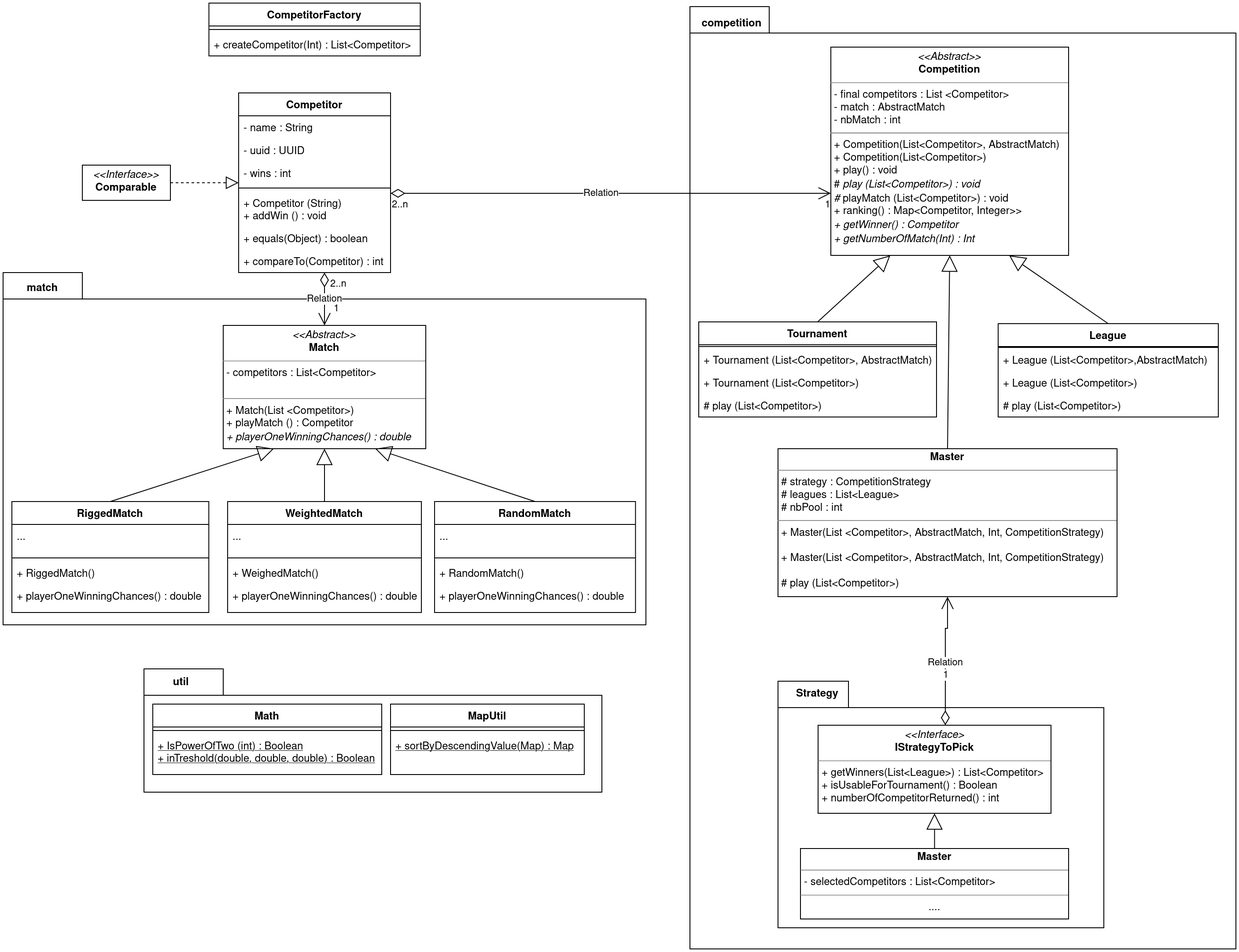
Before: UML.png, a diagram exported from draw.io (Ninhache/L3---Coo). Source tidied: cells renumbered, new cells last; positions are measured from the earlier drawing's top-left corner, leaving out a move shared by most shapes.
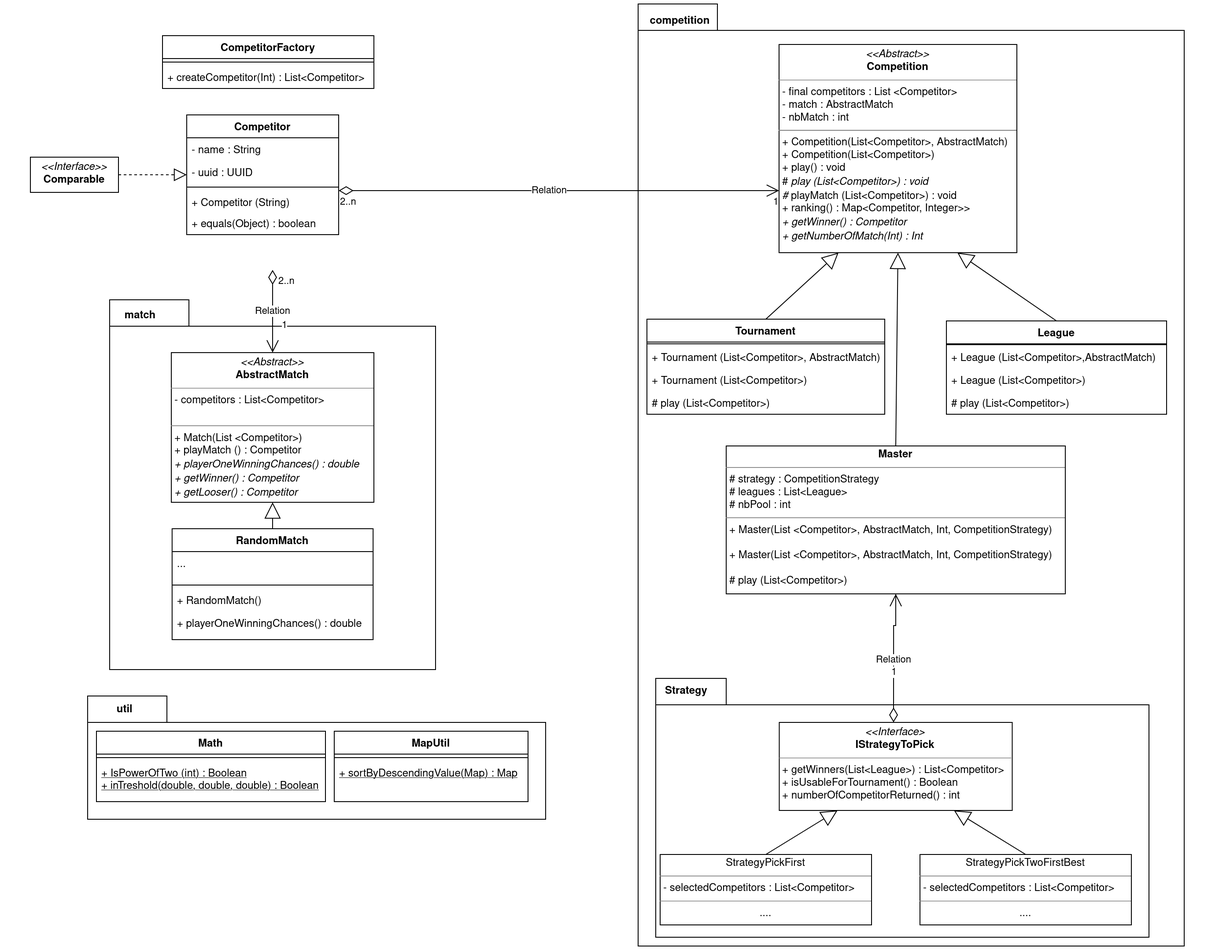
The same file after the commit.

The edit, as a diff of the source:
```diff
@@ -3,7 +3,7 @@
     <mxCell id="0" />
     <mxCell id="1" parent="0" />
     <mxCell id="2" style="group;" parent="1" vertex="1">
-      <mxGeometry x="160" y="756" width="520" height="140" as="geometry" />
+      <mxGeometry x="155" y="790" width="520" height="140" as="geometry" />
     </mxCell>
     <mxCell id="3" style="shape=folder;fontStyle=1;spacingTop=10;tabWidth=90;tabHeight=30;tabPosition=left;html=1;" parent="2" vertex="1">
       <mxGeometry width="520" height="140" as="geometry" />
@@ -30,13 +30,13 @@
       <mxGeometry y="34" width="220" height="46" as="geometry" />
     </mxCell>
     <mxCell id="11" style="group;" parent="1" vertex="1">
-      <mxGeometry x="60" y="306" width="710" height="400" as="geometry" />
+      <mxGeometry x="60" y="340" width="710" height="420" as="geometry" />
     </mxCell>
     <mxCell id="12" style="shape=folder;fontStyle=1;spacingTop=10;tabWidth=90;tabHeight=30;tabPosition=left;html=1;" parent="11" vertex="1">
-      <mxGeometry x="-60" width="730" height="400" as="geometry" />
+      <mxGeometry x="120" width="370" height="420" as="geometry" />
     </mxCell>
     <mxCell id="13" value="RandomMatch" style="swimlane;fontStyle=1;align=center;verticalAlign=top;horizontal=1;startSize=26;" parent="11" vertex="1">
-      <mxGeometry x="430" y="260" width="228.2" height="126" as="geometry" />
+      <mxGeometry x="190.9" y="260" width="228.2" height="126" as="geometry" />
     </mxCell>
     <mxCell id="14" value="..." style="text;strokeColor=none;fillColor=none;align=left;verticalAlign=top;spacingLeft=4;spacingRight=4;overflow=hidden;" parent="13" vertex="1">
       <mxGeometry y="26" width="228.2" height="34" as="geometry" />
@@ -50,50 +50,20 @@
     <mxCell id="17" value="+ playerOneWinningChances() : double" style="text;strokeColor=none;fillColor=none;align=left;verticalAlign=top;spacingLeft=4;spacingRight=4;overflow=hidden;" parent="13" vertex="1">
       <mxGeometry y="94" width="228.2" height="32" as="geometry" />
     </mxCell>
-    <mxCell id="18" value="RiggedMatch" style="swimlane;fontStyle=1;align=center;verticalAlign=top;horizontal=1;startSize=26;" parent="11" vertex="1">
-      <mxGeometry x="-50" y="260" width="223.6" height="126" as="geometry" />
-    </mxCell>
-    <mxCell id="19" value="..." style="text;strokeColor=none;fillColor=none;align=left;verticalAlign=top;spacingLeft=4;spacingRight=4;overflow=hidden;" parent="18" vertex="1">
-      <mxGeometry y="26" width="223.6" height="34" as="geometry" />
-    </mxCell>
-    <mxCell id="20" style="line;strokeWidth=1;fillColor=none;align=left;verticalAlign=middle;spacingTop=-1;spacingLeft=3;spacingRight=3;labelPosition=right;strokeColor=inherit;" parent="18" vertex="1">
-      <mxGeometry y="60" width="223.6" height="8" as="geometry" />
-    </mxCell>
-    <mxCell id="21" value="+ RiggedMatch()" style="text;strokeColor=none;fillColor=none;align=left;verticalAlign=top;spacingLeft=4;spacingRight=4;overflow=hidden;" parent="18" vertex="1">
-      <mxGeometry y="68" width="223.6" height="26" as="geometry" />
-    </mxCell>
-    <mxCell id="22" value="+ playerOneWinningChances() : double" style="text;strokeColor=none;fillColor=none;align=left;verticalAlign=top;spacingLeft=4;spacingRight=4;overflow=hidden;" parent="18" vertex="1">
-      <mxGeometry y="94" width="223.6" height="32" as="geometry" />
-    </mxCell>
-    <mxCell id="23" value="WeightedMatch" style="swimlane;fontStyle=1;align=center;verticalAlign=top;horizontal=1;startSize=26;" parent="11" vertex="1">
-      <mxGeometry x="195" y="260" width="220" height="126" as="geometry" />
-    </mxCell>
-    <mxCell id="24" value="..." style="text;strokeColor=none;fillColor=none;align=left;verticalAlign=top;spacingLeft=4;spacingRight=4;overflow=hidden;" parent="23" vertex="1">
-      <mxGeometry y="26" width="220" height="34" as="geometry" />
-    </mxCell>
-    <mxCell id="25" style="line;strokeWidth=1;fillColor=none;align=left;verticalAlign=middle;spacingTop=-1;spacingLeft=3;spacingRight=3;labelPosition=right;strokeColor=inherit;" parent="23" vertex="1">
-      <mxGeometry y="60" width="220" height="8" as="geometry" />
-    </mxCell>
-    <mxCell id="26" value="+ WeighedMatch()" style="text;strokeColor=none;fillColor=none;align=left;verticalAlign=top;spacingLeft=4;spacingRight=4;overflow=hidden;" parent="23" vertex="1">
-      <mxGeometry y="68" width="220" height="26" as="geometry" />
-    </mxCell>
-    <mxCell id="27" value="+ playerOneWinningChances() : double" style="text;strokeColor=none;fillColor=none;align=left;verticalAlign=top;spacingLeft=4;spacingRight=4;overflow=hidden;" parent="23" vertex="1">
-      <mxGeometry y="94" width="220" height="32" as="geometry" />
-    </mxCell>
-    <mxCell id="28" value="&lt;p style=&quot;margin:0px;margin-top:4px;text-align:center;&quot;&gt;&lt;i&gt;&amp;lt;&amp;lt;Abstract&amp;gt;&amp;gt;&lt;br&gt;&lt;/i&gt;&lt;b&gt;Match&lt;/b&gt;&lt;br&gt;&lt;b&gt;&lt;/b&gt;&lt;/p&gt;&lt;hr size=&quot;1&quot;&gt;&lt;p style=&quot;margin:0px;margin-left:4px;&quot;&gt;- competitors : List&amp;lt;Competitor&amp;gt;&lt;br&gt;&lt;br&gt;&lt;/p&gt;&lt;hr size=&quot;1&quot;&gt;&lt;p style=&quot;margin:0px;margin-left:4px;&quot;&gt;+ Match(List &amp;lt;Competitor&amp;gt;) &lt;br&gt;&lt;/p&gt;&lt;p style=&quot;margin:0px;margin-left:4px;&quot;&gt;+ playMatch () : Competitor&lt;/p&gt;&lt;p style=&quot;margin:0px;margin-left:4px;&quot;&gt;&lt;i&gt;+ playerOneWinningChances() : double&lt;/i&gt;&lt;/p&gt;" style="verticalAlign=top;align=left;overflow=fill;fontSize=12;fontFamily=Helvetica;html=1;rounded=0;shadow=0;comic=0;labelBackgroundColor=none;strokeWidth=1;" parent="11" vertex="1">
-      <mxGeometry x="190" y="60" width="230" height="140" as="geometry" />
+    <mxCell id="28" value="&lt;p style=&quot;margin:0px;margin-top:4px;text-align:center;&quot;&gt;&lt;i&gt;&amp;lt;&amp;lt;Abstract&amp;gt;&amp;gt;&lt;br&gt;&lt;/i&gt;&lt;b&gt;AbstractMatch&lt;/b&gt;&lt;br&gt;&lt;b&gt;&lt;/b&gt;&lt;/p&gt;&lt;hr size=&quot;1&quot;&gt;&lt;p style=&quot;margin:0px;margin-left:4px;&quot;&gt;- competitors : List&amp;lt;Competitor&amp;gt;&lt;br&gt;&lt;br&gt;&lt;/p&gt;&lt;hr size=&quot;1&quot;&gt;&lt;p style=&quot;margin:0px;margin-left:4px;&quot;&gt;+ Match(List &amp;lt;Competitor&amp;gt;) &lt;br&gt;&lt;/p&gt;&lt;p style=&quot;margin:0px;margin-left:4px;&quot;&gt;+ playMatch () : Competitor&lt;/p&gt;&lt;p style=&quot;margin:0px;margin-left:4px;&quot;&gt;&lt;i&gt;+ playerOneWinningChances() : double&lt;/i&gt;&lt;/p&gt;&lt;p style=&quot;margin:0px;margin-left:4px;&quot;&gt;&lt;i&gt;+ getWinner() : Competitor&lt;br&gt;&lt;/i&gt;&lt;/p&gt;&lt;p style=&quot;margin:0px;margin-left:4px;&quot;&gt;&lt;i&gt;+ getLooser() : Competitor&lt;br&gt;&lt;/i&gt;&lt;/p&gt;" style="verticalAlign=top;align=left;overflow=fill;fontSize=12;fontFamily=Helvetica;html=1;rounded=0;shadow=0;comic=0;labelBackgroundColor=none;strokeWidth=1;" parent="11" vertex="1">
+      <mxGeometry x="190" y="60" width="230" height="170" as="geometry" />
     </mxCell>
-    <mxCell id="29" style="endArrow=block;endSize=16;endFill=0;html=1;rounded=0;exitX=0.5;exitY=0;exitDx=0;exitDy=0;entryX=0.75;entryY=1;entryDx=0;entryDy=0;" parent="11" edge="1" source="13" target="28">
+    <mxCell id="29" style="endArrow=block;endSize=16;endFill=0;html=1;rounded=0;exitX=0.5;exitY=0;exitDx=0;exitDy=0;" parent="11" edge="1" source="13" target="28">
       <mxGeometry relative="1" as="geometry" />
     </mxCell>
-    <mxCell id="30" style="endArrow=block;endSize=16;endFill=0;html=1;rounded=0;exitX=0.5;exitY=0;exitDx=0;exitDy=0;entryX=0.5;entryY=1;entryDx=0;entryDy=0;" parent="11" edge="1" source="23" target="28">
-      <mxGeometry relative="1" as="geometry" />
-    </mxCell>
-    <mxCell id="31" style="endArrow=block;endSize=16;endFill=0;html=1;rounded=0;exitX=0.5;exitY=0;exitDx=0;exitDy=0;entryX=0.25;entryY=1;entryDx=0;entryDy=0;" parent="11" edge="1" source="18" target="28">
-      <mxGeometry relative="1" as="geometry" />
-    </mxCell>
+    <mxCell id="66" value="match" style="text;align=center;fontStyle=1;verticalAlign=middle;spacingLeft=3;spacingRight=3;strokeColor=none;" parent="11" vertex="1">
+      <mxGeometry x="130" width="50" height="32.7" as="geometry" />
+    </mxCell>
+    <mxCell id="65" value="1" style="edgeLabel;html=1;align=left;verticalAlign=top;" parent="11" vertex="1">
+      <mxGeometry x="314" y="16.4" as="geometry" />
+    </mxCell>
     <mxCell id="32" style="group;" parent="1" vertex="1">
-      <mxGeometry x="840" y="54" width="560" height="1020" as="geometry" />
+      <mxGeometry x="840" y="54" width="594.5" height="1020" as="geometry" />
     </mxCell>
     <mxCell id="33" style="shape=folder;fontStyle=1;spacingTop=10;tabWidth=90;tabHeight=30;tabPosition=left;html=1;" parent="32" vertex="1">
       <mxGeometry x="-60" y="-50" width="620" height="1070" as="geometry" />
@@ -132,13 +102,28 @@
       <mxGeometry y="82" width="270" height="26" as="geometry" />
     </mxCell>
     <mxCell id="45" style="shape=folder;fontStyle=1;spacingTop=10;tabWidth=80;tabHeight=30;tabPosition=left;html=1;" parent="32" vertex="1">
-      <mxGeometry x="40" y="716" width="370" height="280" as="geometry" />
+      <mxGeometry x="-40" y="716" width="560" height="294" as="geometry" />
     </mxCell>
     <mxCell id="46" value="Strategy" style="text;align=center;fontStyle=1;verticalAlign=middle;spacingLeft=3;spacingRight=3;strokeColor=none;" parent="32" vertex="1">
-      <mxGeometry x="30" y="716" width="110" height="26" as="geometry" />
+      <mxGeometry x="-60" y="716" width="110" height="26" as="geometry" />
     </mxCell>
+    <mxCell id="77" value="&lt;p style=&quot;margin:0px;margin-top:4px;text-align:center;&quot;&gt;StrategyPickTwoFirstBest&lt;br&gt;&lt;/p&gt;&lt;hr size=&quot;1&quot;&gt;&lt;p style=&quot;margin:0px;margin-left:4px;&quot;&gt;- selectedCompetitors : List&amp;lt;Competitor&amp;gt;&lt;br&gt;&lt;/p&gt;&lt;hr size=&quot;1&quot;&gt;&lt;div align=&quot;center&quot;&gt;....&lt;/div&gt;" style="verticalAlign=top;align=left;overflow=fill;fontSize=12;fontFamily=Helvetica;html=1;rounded=0;shadow=0;comic=0;labelBackgroundColor=none;strokeWidth=1;" parent="32" vertex="1">
+      <mxGeometry x="260" y="916" width="240" height="80" as="geometry" />
+    </mxCell>
+    <mxCell id="75" value="&lt;p style=&quot;margin:0px;margin-top:4px;text-align:center;&quot;&gt;StrategyPickFirst&lt;br&gt;&lt;/p&gt;&lt;hr size=&quot;1&quot;&gt;&lt;p style=&quot;margin:0px;margin-left:4px;&quot;&gt;- selectedCompetitors : List&amp;lt;Competitor&amp;gt;&lt;br&gt;&lt;/p&gt;&lt;hr size=&quot;1&quot;&gt;&lt;div align=&quot;center&quot;&gt;....&lt;/div&gt;" style="verticalAlign=top;align=left;overflow=fill;fontSize=12;fontFamily=Helvetica;html=1;rounded=0;shadow=0;comic=0;labelBackgroundColor=none;strokeWidth=1;" parent="32" vertex="1">
+      <mxGeometry x="-35" y="916" width="240" height="80" as="geometry" />
+    </mxCell>
+    <mxCell id="68" value="&lt;p style=&quot;margin:0px;margin-top:4px;text-align:center;&quot;&gt;&lt;i&gt;&amp;lt;&amp;lt;Interface&amp;gt;&lt;br&gt;&lt;/i&gt;&lt;b&gt;IStrategy&lt;/b&gt;&lt;b&gt;ToPick&lt;br&gt;&lt;/b&gt;&lt;/p&gt;&lt;hr size=&quot;1&quot;&gt;&lt;p style=&quot;margin:0px;margin-left:4px;&quot;&gt;+ getWinners(List&amp;lt;League&amp;gt;) : List&amp;lt;Competitor&amp;gt;&lt;/p&gt;&lt;p style=&quot;margin:0px;margin-left:4px;&quot;&gt;+ isUsableForTournament() : Boolean&lt;/p&gt;&lt;p style=&quot;margin:0px;margin-left:4px;&quot;&gt;+ numberOfCompetitorReturned() : int &lt;br&gt;&lt;/p&gt;" style="verticalAlign=top;align=left;overflow=fill;fontSize=12;fontFamily=Helvetica;html=1;rounded=0;shadow=0;comic=0;labelBackgroundColor=none;strokeWidth=1;" parent="32" vertex="1">
+      <mxGeometry x="100.2" y="766" width="264.5" height="100" as="geometry" />
+    </mxCell>
+    <mxCell id="78" style="endArrow=block;endSize=16;endFill=0;html=1;rounded=0;exitX=0.5;exitY=0;exitDx=0;exitDy=0;entryX=0.75;entryY=1;entryDx=0;entryDy=0;" parent="32" edge="1" source="77" target="68">
+      <mxGeometry relative="1" as="geometry" />
+    </mxCell>
+    <mxCell id="69" style="endArrow=block;endSize=16;endFill=0;html=1;rounded=0;exitX=0.5;exitY=0;exitDx=0;exitDy=0;entryX=0.25;entryY=1;entryDx=0;entryDy=0;" parent="32" edge="1" source="75" target="68">
+      <mxGeometry relative="1" as="geometry" />
+    </mxCell>
     <mxCell id="47" value="Competitor" style="swimlane;fontStyle=1;align=center;verticalAlign=top;horizontal=1;startSize=26;" parent="1" vertex="1">
-      <mxGeometry x="267.5" y="102" width="172.5" height="204" as="geometry" />
+      <mxGeometry x="267.5" y="130" width="172.5" height="136" as="geometry" />
     </mxCell>
     <mxCell id="48" value="- name : String" style="text;strokeColor=none;fillColor=none;align=left;verticalAlign=top;spacingLeft=4;spacingRight=4;overflow=hidden;" parent="47" vertex="1">
       <mxGeometry y="26" width="172.5" height="26" as="geometry" />
@@ -146,21 +131,15 @@
     <mxCell id="49" value="- uuid : UUID" style="text;strokeColor=none;fillColor=none;align=left;verticalAlign=top;spacingLeft=4;spacingRight=4;overflow=hidden;" parent="47" vertex="1">
       <mxGeometry y="52" width="172.5" height="26" as="geometry" />
     </mxCell>
-    <mxCell id="50" value="- wins : int" style="text;strokeColor=none;fillColor=none;align=left;verticalAlign=top;spacingLeft=4;spacingRight=4;overflow=hidden;" parent="47" vertex="1">
-      <mxGeometry y="78" width="172.5" height="26" as="geometry" />
-    </mxCell>
     <mxCell id="51" style="line;strokeWidth=1;fillColor=none;align=left;verticalAlign=middle;spacingTop=-1;spacingLeft=3;spacingRight=3;labelPosition=right;strokeColor=inherit;" parent="47" vertex="1">
-      <mxGeometry y="104" width="172.5" height="8" as="geometry" />
+      <mxGeometry y="78" width="172.5" height="8" as="geometry" />
     </mxCell>
-    <mxCell id="52" value="+ Competitor (String)&#10;+ addWin () : void&#10;" style="text;strokeColor=none;fillColor=none;align=left;verticalAlign=top;spacingLeft=4;spacingRight=4;overflow=hidden;" parent="47" vertex="1">
-      <mxGeometry y="112" width="172.5" height="40" as="geometry" />
+    <mxCell id="52" value="+ Competitor (String)" style="text;strokeColor=none;fillColor=none;align=left;verticalAlign=top;spacingLeft=4;spacingRight=4;overflow=hidden;" parent="47" vertex="1">
+      <mxGeometry y="86" width="172.5" height="24" as="geometry" />
     </mxCell>
     <mxCell id="53" value="+ equals(Object) : boolean" style="text;strokeColor=none;fillColor=none;align=left;verticalAlign=top;spacingLeft=4;spacingRight=4;overflow=hidden;" parent="47" vertex="1">
-      <mxGeometry y="152" width="172.5" height="26" as="geometry" />
+      <mxGeometry y="110" width="172.5" height="26" as="geometry" />
     </mxCell>
-    <mxCell id="54" value="+ compareTo(Competitor) : int" style="text;strokeColor=none;fillColor=none;align=left;verticalAlign=top;spacingLeft=4;spacingRight=4;overflow=hidden;" parent="47" vertex="1">
-      <mxGeometry y="178" width="172.5" height="26" as="geometry" />
-    </mxCell>
     <mxCell id="55" style="endArrow=block;endSize=16;endFill=0;html=1;rounded=0;exitX=0.5;exitY=0;exitDx=0;exitDy=0;entryX=0.75;entryY=1;entryDx=0;entryDy=0;" parent="1" edge="1" source="34" target="59">
       <mxGeometry relative="1" as="geometry" />
     </mxCell>
@@ -168,7 +147,7 @@
       <mxGeometry relative="1" as="geometry" />
     </mxCell>
     <mxCell id="57" value="&lt;p style=&quot;margin:0px;margin-top:4px;text-align:center;&quot;&gt;&lt;i&gt;&amp;lt;&amp;lt;Interface&amp;gt;&amp;gt;&lt;/i&gt;&lt;br&gt;&lt;b&gt;Comparable&lt;/b&gt;&lt;/p&gt;" style="verticalAlign=top;align=left;overflow=fill;fontSize=12;fontFamily=Helvetica;html=1;" parent="1" vertex="1">
-      <mxGeometry x="90" y="184" width="100" height="40" as="geometry" />
+      <mxGeometry x="90" y="178" width="100" height="40" as="geometry" />
     </mxCell>
     <mxCell id="58" style="endArrow=block;dashed=1;endFill=0;endSize=12;html=1;rounded=0;" parent="1" edge="1" source="57" target="47">
       <mxGeometry relative="1" as="geometry" />
@@ -200,21 +179,9 @@
         <mxPoint x="5" as="offset" />
       </mxGeometry>
     </mxCell>
-    <mxCell id="65" value="1" style="edgeLabel;html=1;align=left;verticalAlign=top;" parent="1" vertex="1">
-      <mxGeometry x="374" y="334" as="geometry" />
-    </mxCell>
-    <mxCell id="66" value="match" style="text;align=center;fontStyle=1;verticalAlign=middle;spacingLeft=3;spacingRight=3;strokeColor=none;" parent="1" vertex="1">
-      <mxGeometry x="20" y="306" width="50" height="32.7" as="geometry" />
-    </mxCell>
     <mxCell id="67" style="endArrow=block;endSize=16;endFill=0;html=1;rounded=0;exitX=0.5;exitY=0;exitDx=0;exitDy=0;entryX=0.5;entryY=1;entryDx=0;entryDy=0;" parent="1" edge="1" source="39" target="59">
       <mxGeometry relative="1" as="geometry" />
     </mxCell>
-    <mxCell id="68" value="&lt;p style=&quot;margin:0px;margin-top:4px;text-align:center;&quot;&gt;&lt;i&gt;&amp;lt;&amp;lt;Interface&amp;gt;&lt;br&gt;&lt;/i&gt;&lt;b&gt;IStrategy&lt;/b&gt;&lt;b&gt;ToPick&lt;br&gt;&lt;/b&gt;&lt;/p&gt;&lt;hr size=&quot;1&quot;&gt;&lt;p style=&quot;margin:0px;margin-left:4px;&quot;&gt;+ getWinners(List&amp;lt;League&amp;gt;) : List&amp;lt;Competitor&amp;gt;&lt;/p&gt;&lt;p style=&quot;margin:0px;margin-left:4px;&quot;&gt;+ isUsableForTournament() : Boolean&lt;/p&gt;&lt;p style=&quot;margin:0px;margin-left:4px;&quot;&gt;+ numberOfCompetitorReturned() : int &lt;br&gt;&lt;/p&gt;" style="verticalAlign=top;align=left;overflow=fill;fontSize=12;fontFamily=Helvetica;html=1;rounded=0;shadow=0;comic=0;labelBackgroundColor=none;strokeWidth=1;" parent="1" vertex="1">
-      <mxGeometry x="925.5" y="820" width="264.5" height="100" as="geometry" />
-    </mxCell>
-    <mxCell id="69" style="endArrow=block;endSize=16;endFill=0;html=1;rounded=0;exitX=0.5;exitY=0;exitDx=0;exitDy=0;entryX=0.5;entryY=1;entryDx=0;entryDy=0;" parent="1" edge="1" source="75" target="68">
-      <mxGeometry relative="1" as="geometry" />
-    </mxCell>
     <mxCell id="70" value="Relation" style="endArrow=open;html=1;endSize=12;startArrow=diamondThin;startSize=14;startFill=0;edgeStyle=orthogonalEdgeStyle;rounded=0;entryX=0.5;entryY=1;entryDx=0;entryDy=0;" parent="1" edge="1" target="39">
       <mxGeometry x="-0.04" relative="1" as="geometry">
         <mxPoint x="1070" y="820" as="sourcePoint" />
@@ -230,7 +197,7 @@
       </mxGeometry>
     </mxCell>
     <mxCell id="72" value="CompetitorFactory" style="swimlane;fontStyle=1;align=center;verticalAlign=top;horizontal=1;startSize=26;" parent="1" vertex="1">
-      <mxGeometry x="233.8" width="240" height="60" as="geometry" />
+      <mxGeometry x="240" y="40.1" width="240" height="60" as="geometry" />
     </mxCell>
     <mxCell id="73" style="line;strokeWidth=1;fillColor=none;align=left;verticalAlign=middle;spacingTop=-1;spacingLeft=3;spacingRight=3;labelPosition=right;strokeColor=inherit;" parent="72" vertex="1">
       <mxGeometry y="26" width="240" height="8" as="geometry" />
@@ -238,9 +205,6 @@
     <mxCell id="74" value="+ createCompetitor(Int) : List&lt;Competitor&gt;" style="text;strokeColor=none;fillColor=none;align=left;verticalAlign=top;spacingLeft=4;spacingRight=4;overflow=hidden;" parent="72" vertex="1">
       <mxGeometry y="34" width="240" height="26" as="geometry" />
     </mxCell>
-    <mxCell id="75" value="&lt;p style=&quot;margin:0px;margin-top:4px;text-align:center;&quot;&gt;&lt;b&gt;Master&lt;/b&gt;&lt;br&gt;&lt;/p&gt;&lt;hr size=&quot;1&quot;&gt;&lt;p style=&quot;margin:0px;margin-left:4px;&quot;&gt;- selectedCompetitors : List&amp;lt;Competitor&amp;gt;&lt;br&gt;&lt;/p&gt;&lt;hr size=&quot;1&quot;&gt;&lt;div align=&quot;center&quot;&gt;....&lt;/div&gt;" style="verticalAlign=top;align=left;overflow=fill;fontSize=12;fontFamily=Helvetica;html=1;rounded=0;shadow=0;comic=0;labelBackgroundColor=none;strokeWidth=1;" parent="1" vertex="1">
-      <mxGeometry x="905.5" y="960" width="304.5" height="80" as="geometry" />
-    </mxCell>
     <mxCell id="76" value="competition" style="text;align=center;fontStyle=1;verticalAlign=middle;spacingLeft=3;spacingRight=3;strokeColor=none;" parent="1" vertex="1">
       <mxGeometry x="780" y="4" width="95.5" height="36.1" as="geometry" />
     </mxCell>
```
